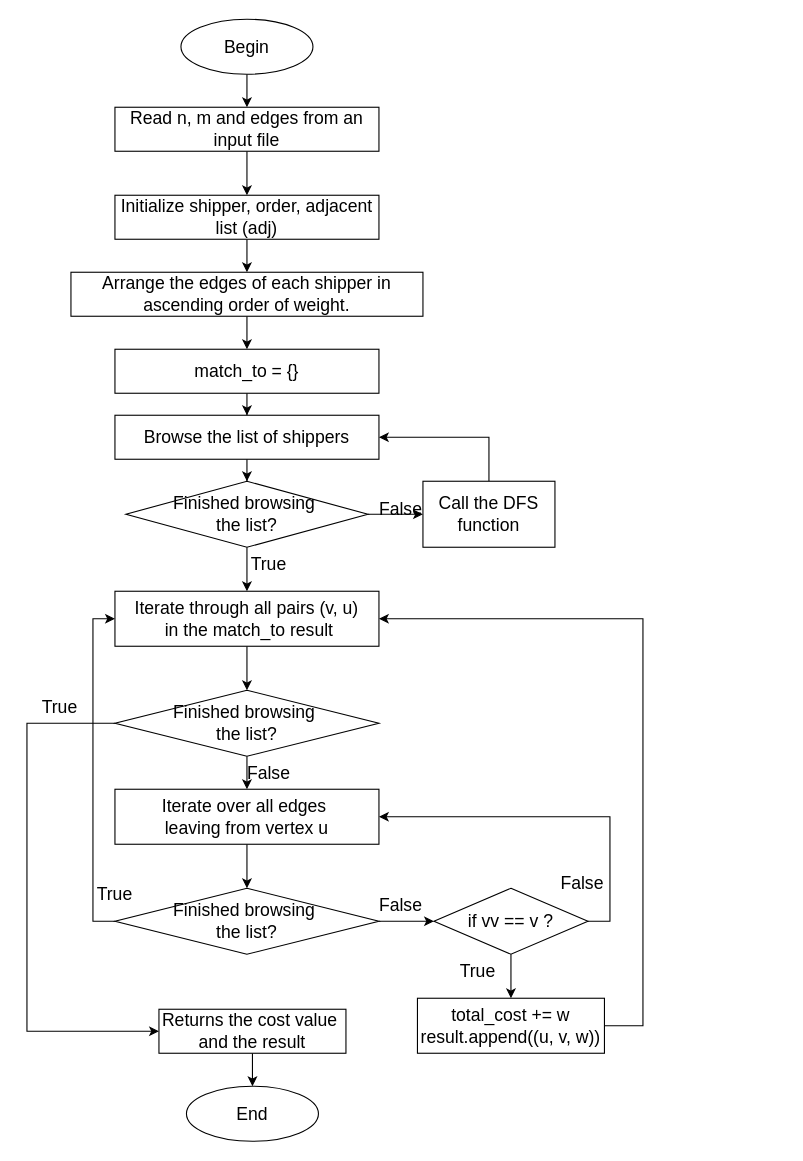
This is page "Page-1" (1 of 2) of DFS.drawio from 106210049/OOP_excercise, a draw.io file, before an edit. Source tidied: cells renumbered, new cells numbered last; positions are measured from the earlier drawing's top-left corner, leaving out a move shared by most shapes. Both pictures are drawn from the tidied source at 110%, with x=0, y=0 at pixel (26, 19).
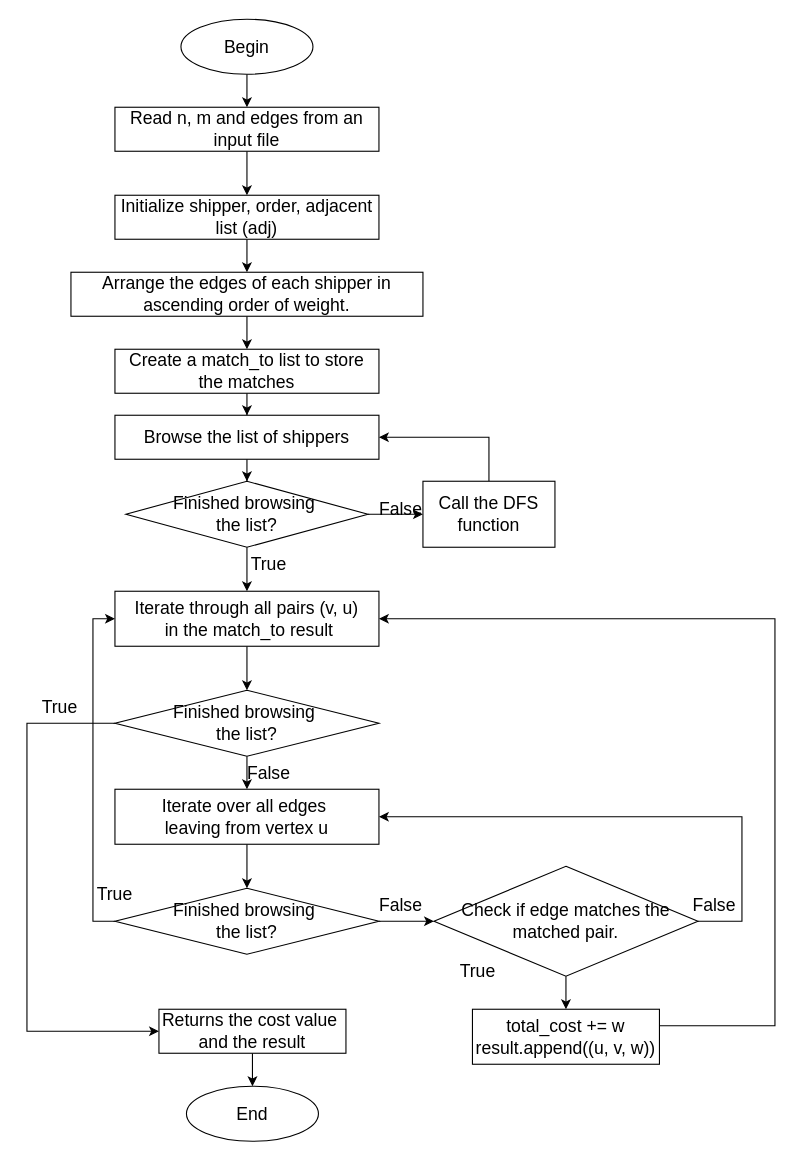
The same diagram, later.

The change refers to these unchanged cells:
```xml
<mxCell id="20" value="Iterate through all pairs (v, u)&lt;div&gt;&amp;nbsp;in the match_to result&lt;/div&gt;" style="rounded=0;whiteSpace=wrap;html=1;fontSize=16;" parent="1" vertex="1">
  <mxGeometry x="80" y="520" width="240" height="50" as="geometry" />
</mxCell>
<mxCell id="25" value="Iterate over all edges&amp;nbsp;&lt;div&gt;leaving from vertex u&lt;/div&gt;" style="rounded=0;whiteSpace=wrap;html=1;fontSize=16;" parent="1" vertex="1">
  <mxGeometry x="80" y="700" width="240" height="50" as="geometry" />
</mxCell>
```

The edit, as a diff of the source:
```diff
@@
-    <mxCell id="11" value="match_to = {}" style="rounded=0;whiteSpace=wrap;html=1;fontSize=16;" parent="1" vertex="1">
+    <mxCell id="11" value="Create a match_to list to store the matches" style="rounded=0;whiteSpace=wrap;html=1;fontSize=16;" parent="1" vertex="1">
       <mxGeometry x="80" y="300" width="240" height="40" as="geometry" />
     </mxCell>
@@
     <mxCell id="30" style="edgeStyle=orthogonalEdgeStyle;rounded=0;jettySize=auto;html=1;exitX=1;exitY=0.5;exitDx=0;exitDy=0;entryX=1;entryY=0.5;entryDx=0;entryDy=0;fontSize=16;" parent="1" edge="1" source="31" target="25">
-      <mxGeometry relative="1" as="geometry" />
+      <mxGeometry relative="1" as="geometry">
+        <Array as="points">
+          <mxPoint x="650" y="820" />
+          <mxPoint x="650" y="725" />
+        </Array>
+      </mxGeometry>
     </mxCell>
-    <mxCell id="31" value="if vv == v ?" style="rhombus;whiteSpace=wrap;html=1;fontSize=16;" parent="1" vertex="1">
-      <mxGeometry x="370" y="790" width="140" height="60" as="geometry" />
+    <mxCell id="31" value="&lt;article dir=&quot;auto&quot; tabindex=&quot;-1&quot; class=&quot;text-token-text-primary w-full focus:outline-none scroll-mt-[calc(var(--header-height)+min(200px,max(70px,20svh)))]&quot;&gt;&lt;div class=&quot;text-base my-auto mx-auto pb-10 [--thread-content-margin:--spacing(4)] thread-sm:[--thread-content-margin:--spacing(6)] thread-lg:[--thread-content-margin:--spacing(16)] px-(--thread-content-margin)&quot;&gt;&lt;div tabindex=&quot;-1&quot; class=&quot;[--thread-content-max-width:40rem] thread-lg:[--thread-content-max-width:48rem] mx-auto max-w-(--thread-content-max-width) flex-1 group/turn-messages focus-visible:outline-hidden relative flex w-full min-w-0 flex-col agent-turn&quot;&gt;&lt;div class=&quot;flex max-w-full flex-col grow&quot;&gt;&lt;div class=&quot;min-h-8 text-message relative flex w-full flex-col items-end gap-2 text-start break-words whitespace-normal [.text-message+&amp;amp;]:mt-5&quot; dir=&quot;auto&quot;&gt;&lt;div class=&quot;flex w-full flex-col gap-1 empty:hidden first:pt-[1px]&quot;&gt;&lt;div class=&quot;markdown prose dark:prose-invert w-full break-words light markdown-new-styling&quot;&gt;&lt;p&gt;Check if edge matches the matched pair.&lt;/p&gt;&lt;/div&gt;&lt;/div&gt;&lt;/div&gt;&lt;/div&gt;&lt;div class=&quot;z-0 flex min-h-[46px] justify-start&quot;&gt;&lt;/div&gt;&lt;div class=&quot;mt-3 w-full empty:hidden&quot;&gt;&lt;div class=&quot;text-center&quot;&gt;&lt;/div&gt;&lt;/div&gt;&lt;/div&gt;&lt;/div&gt;&lt;/article&gt;&lt;div class=&quot;pointer-events-none h-px w-px&quot; aria-hidden=&quot;true&quot;&gt;&lt;/div&gt;" style="rhombus;whiteSpace=wrap;html=1;fontSize=16;" parent="1" vertex="1">
+      <mxGeometry x="370" y="770" width="240" height="100" as="geometry" />
     </mxCell>
     <mxCell id="32" style="edgeStyle=orthogonalEdgeStyle;rounded=0;jettySize=auto;html=1;entryX=1;entryY=0.5;entryDx=0;entryDy=0;" parent="1" edge="1" source="33" target="20">
       <mxGeometry relative="1" as="geometry">
         <Array as="points">
-          <mxPoint x="560" y="915" />
-          <mxPoint x="560" y="545" />
+          <mxPoint x="680" y="915" />
+          <mxPoint x="680" y="545" />
         </Array>
       </mxGeometry>
     </mxCell>
     <mxCell id="33" value="total_cost += w&lt;div&gt;result.append((u, v, w))&lt;/div&gt;" style="rounded=0;whiteSpace=wrap;html=1;fontSize=16;" parent="1" vertex="1">
-      <mxGeometry x="355" y="890" width="170" height="50" as="geometry" />
+      <mxGeometry x="405" y="900" width="170" height="50" as="geometry" />
     </mxCell>
@@
     <mxCell id="43" value="False" style="text;strokeColor=none;align=center;fillColor=none;html=1;verticalAlign=middle;whiteSpace=wrap;rounded=0;fontSize=16;" parent="1" vertex="1">
-      <mxGeometry x="480" y="770" width="50" height="30" as="geometry" />
+      <mxGeometry x="600" y="790" width="50" height="30" as="geometry" />
     </mxCell>
```
